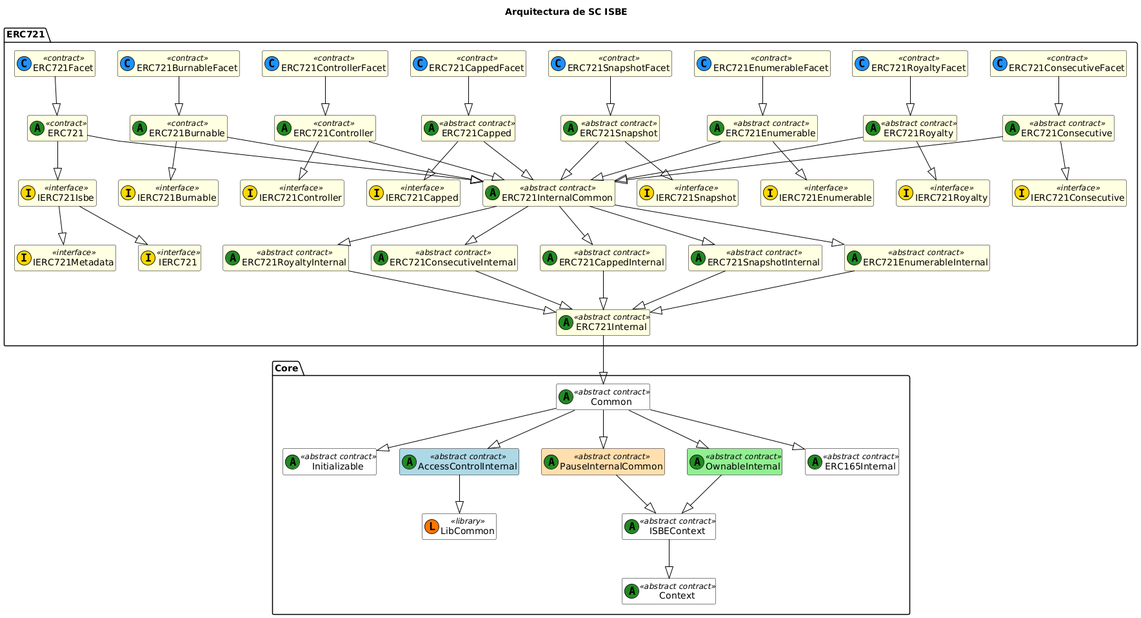
Before: docs/diagrams/ISBE-SC-UML-Global-Functional_2.png, a diagram exported from PlantUML (red-isbe/isbe-contracts).
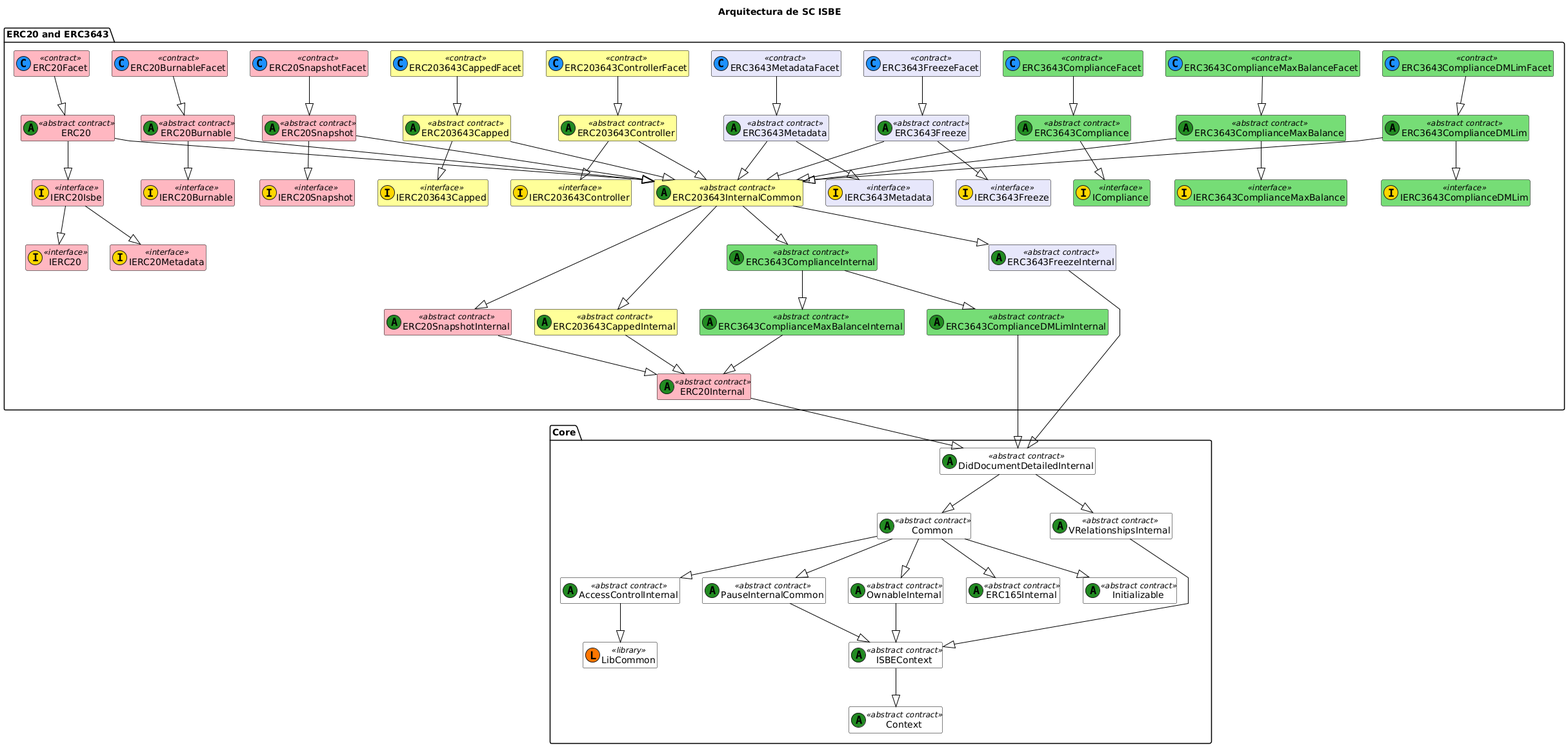
After the commit.

Diff of the diagram source:
```diff
@@ -12,110 +12,154 @@
 package "Core" {
     class Initializable <<(A,#228b22) abstract contract>>
     class Common <<(A,#228b22) abstract contract>>
+    class DidDocumentDetailedInternal <<(A,#228b22) abstract contract>>
+    class VRelationshipsInternal <<(A,#228b22) abstract contract>>
     class LibCommon << (L,#FF7700) library >>
     class ISBEContext <<(A,#228b22) abstract contract>>
-    class AccessControlInternal <<(A,#228b22) abstract contract>> #lightblue
-    class PauseInternalCommon <<(A,#228b22) abstract contract>> #FFDEAD
-    class OwnableInternal <<(A,#228b22) abstract contract>> #lightgreen
+    class AccessControlInternal <<(A,#228b22) abstract contract>>
+    class PauseInternalCommon <<(A,#228b22) abstract contract>>
+    class OwnableInternal <<(A,#228b22) abstract contract>>
     class ERC165Internal <<(A,#228b22) abstract contract>>
     class Context <<(A,#228b22) abstract contract>>
 
+    DidDocumentDetailedInternal --|> Common
+    DidDocumentDetailedInternal --|> VRelationshipsInternal
     Common --|> Initializable
     Common --|> ERC165Internal
     Common --|> AccessControlInternal
     Common --|> OwnableInternal
     Common --|> PauseInternalCommon
+    VRelationshipsInternal--|> ISBEContext
     PauseInternalCommon --|> ISBEContext
     OwnableInternal --|> ISBEContext
     ISBEContext --|> Context
     AccessControlInternal --|> LibCommon
 }
 
-package "ERC721" {
-    class IERC721 <<(I,#FFD700) interface>> #FFFFE0
-    class IERC721Metadata <<(I,#FFD700) interface>> #FFFFE0
-    class IERC721Isbe <<(I,#FFD700) interface>> #FFFFE0
-    class ERC721Internal <<(A,#228B22) abstract contract>> #FFFFE0
-    class ERC721InternalCommon <<(A,#228B22) abstract contract>> #FFFFE0
-    class ERC721 <<(A,#228B22) contract>> #FFFFE0
-    class ERC721Facet <<(C,#1E90FF) contract>> #FFFFE0
 
-    ERC721 --|> IERC721Isbe
-    IERC721Isbe--|> IERC721
-    IERC721Isbe--|> IERC721Metadata
-    ERC721 --|> ERC721InternalCommon
-    ERC721Internal --|> Common
-    ERC721Facet --|> ERC721
 
-    class IERC721Burnable <<(I,#FFD700) interface>> #FFFFE0
-    class ERC721Burnable <<(A,#228B22) contract>> #FFFFE0
-    class ERC721BurnableFacet <<(C,#1E90FF) contract>> #FFFFE0
 
-    ERC721BurnableFacet --|> ERC721Burnable
-    ERC721Burnable --|> IERC721Burnable
-    ERC721Burnable --|> ERC721InternalCommon
+package "ERC20 and ERC3643" {
+    class IERC20 <<(I,#FFD700) interface>> #FFB6C1
+    class IERC20Metadata <<(I,#FFD700) interface>> #FFB6C1
+    class IERC20Isbe <<(I,#FFD700) interface>> #FFB6C1
+    class IERC20Burnable <<(I,#FFD700) interface>> #FFB6C1
+    class IERC20Snapshot <<(I,#FFD700) interface>> #FFB6C1
+    class IERC203643Capped <<(I,#FFD700) interface>> #FFFF99
+    class IERC203643Controller <<(I,#FFD700) interface>> #FFFF99
 
-    class IERC721Controller <<(I,#FFD700) interface>> #FFFFE0
-    class ERC721Controller <<(A,#228B22) contract>> #FFFFE0
-    class ERC721ControllerFacet <<(C,#1E90FF) contract>> #FFFFE0
 
-    ERC721ControllerFacet --|> ERC721Controller
-    ERC721Controller --|> IERC721Controller
-    ERC721Controller --|> ERC721InternalCommon
+    class ERC20 <<(A,#228B22) abstract contract>> #FFB6C1
+    class ERC20Facet <<(C,#1E90FF) contract>> #FFB6C1
+    class ERC20Internal <<(A,#228B22) abstract contract>> #FFB6C1
 
-    class IERC721Capped <<(I,#FFD700) interface>> #FFFFE0
-    class ERC721CappedInternal <<(A,#228B22) abstract contract>> #FFFFE0
-    class ERC721Capped <<(A,#228B22) abstract contract>> #FFFFE0
-    class ERC721CappedFacet <<(C,#1E90FF) contract>> #FFFFE0
+    class ERC20Burnable <<(A,#228B22) abstract contract>> #FFB6C1
+    class ERC20BurnableFacet <<(C,#1E90FF) contract>> #FFB6C1
 
-    ERC721CappedFacet --|> ERC721Capped
-    ERC721Capped --|> IERC721Capped
-    ERC721Capped --|> ERC721InternalCommon
-    ERC721InternalCommon --|> ERC721CappedInternal
-    ERC721CappedInternal --|> ERC721Internal
+    class ERC20Snapshot <<(A,#228B22) abstract contract>> #FFB6C1
+    class ERC20SnapshotFacet <<(C,#1E90FF) contract>> #FFB6C1
+    class ERC20SnapshotInternal <<(A,#228B22) abstract contract>> #FFB6C1
 
-    class IERC721Snapshot <<(I,#FFD700) interface>> #FFFFE0
-    class ERC721SnapshotInternal <<(A,#228B22) abstract contract>> #FFFFE0
-    class ERC721Snapshot <<(A,#228B22) abstract contract>> #FFFFE0
-    class ERC721SnapshotFacet <<(C,#1E90FF) contract>> #FFFFE0
+    class ERC203643Capped <<(A,#228B22) abstract contract>> #FFFF99
+    class ERC203643CappedFacet <<(C,#1E90FF) contract>> #FFFF99
+    class ERC203643CappedInternal <<(A,#228B22) abstract contract>> #FFFF99
 
-    ERC721SnapshotFacet --|> ERC721Snapshot
-    ERC721Snapshot --|> IERC721Snapshot
-    ERC721Snapshot --|> ERC721InternalCommon
-    ERC721InternalCommon --|> ERC721SnapshotInternal
-    ERC721SnapshotInternal --|> ERC721Internal
+    class ERC203643Controller <<(A,#228B22) abstract contract>> #FFFF99
+    class ERC203643ControllerFacet <<(C,#1E90FF) contract>> #FFFF99
 
-    class IERC721Enumerable <<(I,#FFD700) interface>> #FFFFE0
-    class ERC721EnumerableInternal <<(A,#228B22) abstract contract>> #FFFFE0
-    class ERC721Enumerable <<(A,#228B22) abstract contract>> #FFFFE0
-    class ERC721EnumerableFacet <<(C,#1E90FF) contract>> #FFFFE0
 
-    ERC721EnumerableFacet --|> ERC721Enumerable
-    ERC721Enumerable --|> IERC721Enumerable
-    ERC721Enumerable --|> ERC721InternalCommon
-    ERC721InternalCommon --|> ERC721EnumerableInternal
-    ERC721EnumerableInternal --|> ERC721Internal
 
-    class IERC721Royalty <<(I,#FFD700) interface>> #FFFFE0
-    class ERC721RoyaltyInternal <<(A,#228B22) abstract contract>> #FFFFE0
-    class ERC721Royalty <<(A,#228B22) abstract contract>> #FFFFE0
-    class ERC721RoyaltyFacet <<(C,#1E90FF) contract>> #FFFFE0
+    ERC20 --|> IERC20Isbe
+    IERC20Isbe --|> IERC20
+    IERC20Isbe --|> IERC20Metadata
 
-    ERC721RoyaltyFacet --|> ERC721Royalty
-    ERC721Royalty --|> IERC721Royalty
-    ERC721Royalty --|> ERC721InternalCommon
-    ERC721InternalCommon --|> ERC721RoyaltyInternal
-    ERC721RoyaltyInternal --|> ERC721Internal
 
-    class IERC721Consecutive <<(I,#FFD700) interface>> #FFFFE0
-    class ERC721ConsecutiveInternal <<(A,#228B22) abstract contract>> #FFFFE0
-    class ERC721Consecutive <<(A,#228B22) abstract contract>> #FFFFE0
-    class ERC721ConsecutiveFacet <<(C,#1E90FF) contract>> #FFFFE0
+    ERC20Internal --|> DidDocumentDetailedInternal
+    ERC20Facet --|> ERC20
 
-    ERC721ConsecutiveFacet --|> ERC721Consecutive
-    ERC721Consecutive --|> IERC721Consecutive
-    ERC721Consecutive --|> ERC721InternalCommon
-    ERC721InternalCommon --|> ERC721ConsecutiveInternal
-    ERC721ConsecutiveInternal --|> ERC721Internal
+    ERC20Burnable --|> IERC20Burnable
+    ERC20BurnableFacet --|> ERC20Burnable
+
+    ERC203643Capped --|> IERC203643Capped
+    ERC203643CappedFacet --|> ERC203643Capped
+    ERC203643CappedInternal --|> ERC20Internal
+
+    ERC203643Controller --|> IERC203643Controller
+    ERC203643ControllerFacet --|> ERC203643Controller
+
+    ERC20Snapshot --|> IERC20Snapshot
+    ERC20SnapshotFacet --|> ERC20Snapshot
+    ERC20SnapshotInternal --|> ERC20Internal
+
+
+
+    class IERC3643Metadata <<(I,#FFD700) interface>> #E6E6FA
+    class ERC3643Metadata <<(A,#228B22) abstract contract>> #E6E6FA
+    class ERC3643MetadataFacet <<(C,#1E90FF) contract>> #E6E6FA
+
+    ERC3643MetadataFacet --|> ERC3643Metadata
+    ERC3643Metadata --|> IERC3643Metadata
+
+    class IERC3643Freeze <<(I,#FFD700) interface>> #E6E6FA
+    class ERC3643FreezeInternal <<(A,#228B22) abstract contract>> #E6E6FA
+    class ERC3643Freeze <<(A,#228B22) abstract contract>> #E6E6FA
+    class ERC3643FreezeFacet <<(C,#1E90FF) contract>> #E6E6FA
+
+    ERC3643FreezeFacet --|> ERC3643Freeze
+    ERC3643Freeze --|> IERC3643Freeze
+    ERC3643FreezeInternal --|> DidDocumentDetailedInternal
+
+    class ICompliance <<(I,#FFD700) interface>> #77DD77
+    class ERC3643ComplianceInternal <<(A,#228B22) abstract contract>> #77DD77
+    class ERC3643Compliance <<(A,#228B22) abstract contract>> #77DD77
+    class ERC3643ComplianceFacet <<(C,#1E90FF) contract>> #77DD77
+
+    ERC3643ComplianceFacet --|> ERC3643Compliance
+    ERC3643Compliance --|> ICompliance
+
+    class IERC3643ComplianceMaxBalance <<(I,#FFD700) interface>> #77DD77
+    class ERC3643ComplianceMaxBalanceInternal <<(A,#228B22) abstract contract>> #77DD77
+    class ERC3643ComplianceMaxBalance <<(A,#228B22) abstract contract>> #77DD77
+    class ERC3643ComplianceMaxBalanceFacet <<(C,#1E90FF) contract>> #77DD77
+
+    ERC3643ComplianceMaxBalanceFacet --|> ERC3643ComplianceMaxBalance
+    ERC3643ComplianceMaxBalance --|> IERC3643ComplianceMaxBalance
+    ERC3643ComplianceMaxBalanceInternal --|> ERC20Internal
+
+    ERC3643ComplianceInternal --|> ERC3643ComplianceMaxBalanceInternal
+
+    class IERC3643ComplianceDMLim<<(I,#FFD700) interface>> #77DD77
+    class ERC3643ComplianceDMLimInternal<<(A,#228B22) abstract contract>> #77DD77
+    class ERC3643ComplianceDMLim<<(A,#228B22) abstract contract>> #77DD77
+    class ERC3643ComplianceDMLimFacet<<(C,#1E90FF) contract>> #77DD77
+
+    ERC3643ComplianceDMLimFacet--|> ERC3643ComplianceDMLim
+    ERC3643ComplianceDMLim--|> IERC3643ComplianceDMLim
+    ERC3643ComplianceDMLimInternal--|> DidDocumentDetailedInternal
+
+    ERC3643ComplianceInternal --|> ERC3643ComplianceDMLimInternal
+
+
+    class ERC203643InternalCommon <<(A,#228B22) abstract contract>> #FFFF99
+    ERC203643InternalCommon --|> ERC20SnapshotInternal
+    ERC203643InternalCommon --|> ERC203643CappedInternal
+    ERC203643InternalCommon --|> ERC3643FreezeInternal
+    ERC203643InternalCommon --|> ERC3643ComplianceInternal
+
+
+    ERC3643Metadata --|> ERC203643InternalCommon
+    ERC3643Freeze --|> ERC203643InternalCommon
+    ERC20 --|> ERC203643InternalCommon
+    ERC20Burnable --|> ERC203643InternalCommon
+    ERC203643Capped --|> ERC203643InternalCommon
+    ERC203643Controller --|> ERC203643InternalCommon
+    ERC20Snapshot --|> ERC203643InternalCommon
+    ERC3643Compliance --|> ERC203643InternalCommon
+    ERC3643ComplianceMaxBalance --|> ERC203643InternalCommon
+    ERC3643ComplianceDMLim --|> ERC203643InternalCommon
+
+
+
+
 }
 @enduml
```
